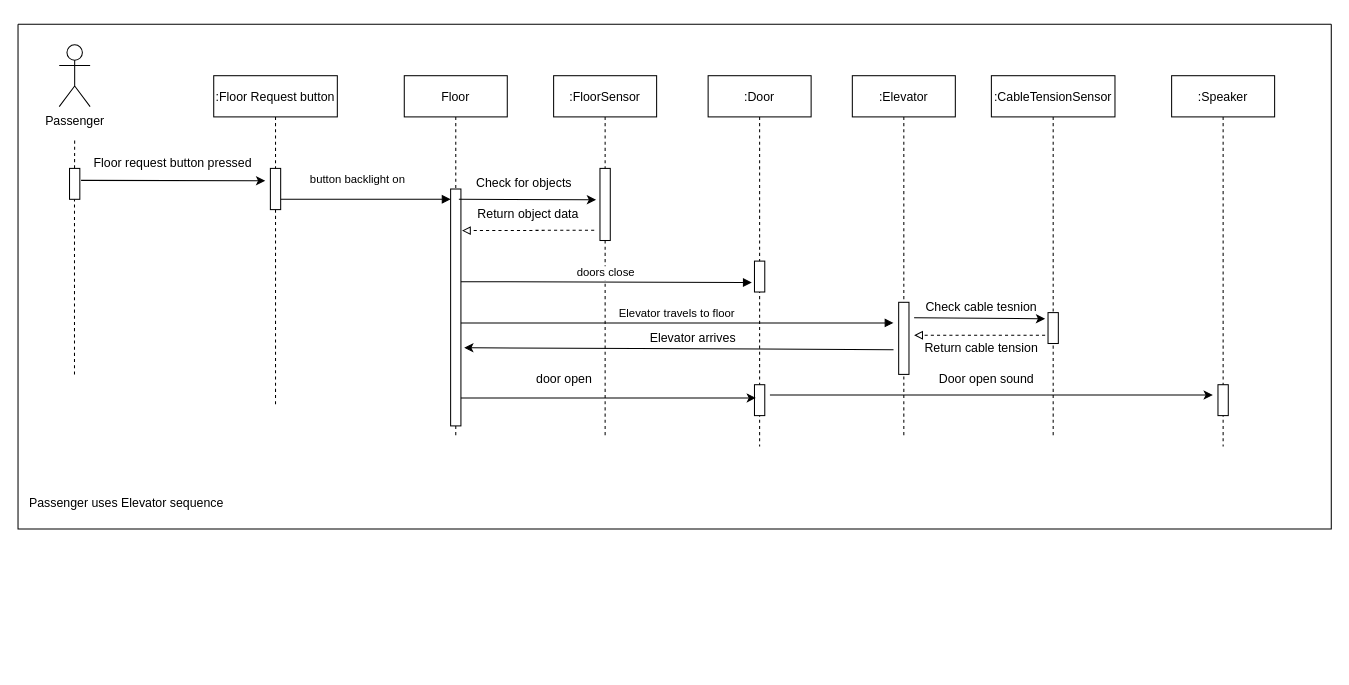
This is Sofware Design/Elevator Challenge/Passenger  sequence diagram.drawio from TiemonS/Tiemon-Steeghs-Semester-3-Repository, a draw.io file, before an edit. Source tidied: cells renumbered, new cells numbered last; positions are measured from the earlier drawing's top-left corner, leaving out a move shared by most shapes. Both pictures are drawn from the tidied source at 103%, with x=0, y=0 at pixel (18, 24).
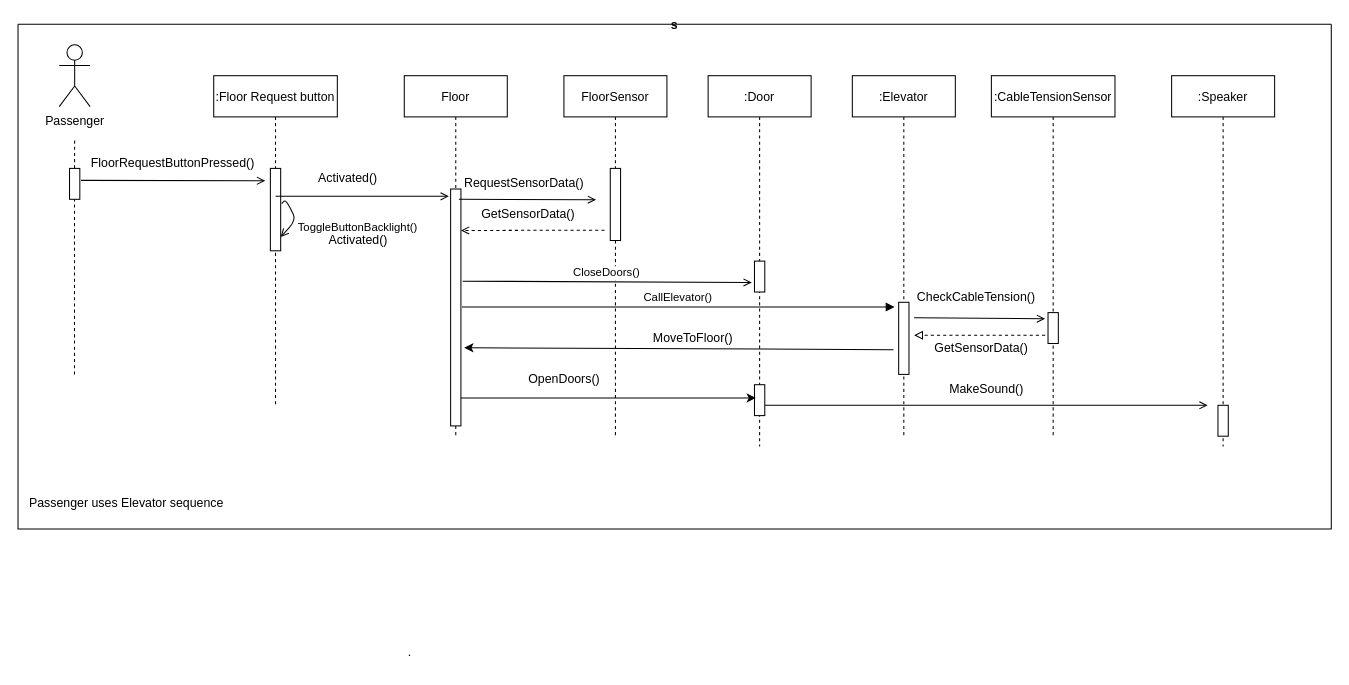
The same page after the edit.

Commit message (it also covers changes not shown here):
Elevator opdracht update

Unchanged cells that the change refers to:
```xml
<mxCell id="6" value="Floor" style="shape=umlLifeline;perimeter=lifelinePerimeter;rounded=0;shadow=0;strokeWidth=1;" parent="2" vertex="1">
  <mxGeometry x="375" y="50" width="100" height="350" as="geometry" />
</mxCell>
<mxCell id="7" style="points=[];perimeter=orthogonalPerimeter;rounded=0;shadow=0;strokeWidth=1;" parent="6" vertex="1">
  <mxGeometry x="45" y="110" width="10" height="230" as="geometry" />
</mxCell>
<mxCell id="9" value=":Floor Request button" style="shape=umlLifeline;perimeter=lifelinePerimeter;rounded=0;shadow=0;strokeWidth=1;" parent="2" vertex="1">
  <mxGeometry x="190" y="50" width="120" height="320" as="geometry" />
</mxCell>
<mxCell id="12" value=":CableTensionSensor" style="shape=umlLifeline;perimeter=lifelinePerimeter;rounded=0;shadow=0;strokeWidth=1;" parent="2" vertex="1">
  <mxGeometry x="945" y="50" width="120" height="350" as="geometry" />
</mxCell>
<mxCell id="13" style="points=[];perimeter=orthogonalPerimeter;rounded=0;shadow=0;strokeWidth=1;" parent="12" vertex="1">
  <mxGeometry x="55" y="230" width="10" height="30" as="geometry" />
</mxCell>
<mxCell id="23" value=":Speaker" style="shape=umlLifeline;perimeter=lifelinePerimeter;rounded=0;shadow=0;strokeWidth=1;" parent="2" vertex="1">
  <mxGeometry x="1120" y="50" width="100" height="360" as="geometry" />
</mxCell>
<mxCell id="28" style="points=[];perimeter=orthogonalPerimeter;rounded=0;shadow=0;strokeWidth=1;" parent="27" vertex="1">
  <mxGeometry x="45" y="180" width="10" height="30" as="geometry" />
</mxCell>
<mxCell id="41" style="points=[];perimeter=orthogonalPerimeter;rounded=0;shadow=0;strokeWidth=1;" parent="2" vertex="1">
  <mxGeometry x="50" y="140" width="10" height="30" as="geometry" />
</mxCell>
```

Change to the diagram source:
```diff
@@
-    <mxCell id="2" style="swimlane;startSize=0;" parent="1" vertex="1">
+    <mxCell id="2" value="s" style="swimlane;startSize=0;" parent="1" vertex="1">
       <mxGeometry width="1275" height="490" as="geometry" />
     </mxCell>
@@
-    <mxCell id="8" value="button backlight on" style="verticalAlign=bottom;endArrow=block;entryX=1;entryY=0;shadow=0;strokeWidth=1;" parent="6" edge="1">
-      <mxGeometry x="-0.09" y="10" relative="1" as="geometry">
-        <mxPoint x="-120" y="120" as="sourcePoint" />
-        <mxPoint x="45" y="120" as="targetPoint" />
-      </mxGeometry>
-    </mxCell>
@@
     <mxCell id="10" style="points=[];perimeter=orthogonalPerimeter;rounded=0;shadow=0;strokeWidth=1;" parent="9" vertex="1">
-      <mxGeometry x="55" y="90" width="10" height="40" as="geometry" />
+      <mxGeometry x="55" y="90" width="10" height="80" as="geometry" />
     </mxCell>
+    <mxCell id="8" value="ToggleButtonBacklight()" style="verticalAlign=bottom;endArrow=open;entryX=1;entryY=0.833;shadow=0;strokeWidth=1;entryDx=0;entryDy=0;entryPerimeter=0;exitX=1.1;exitY=0.427;exitDx=0;exitDy=0;exitPerimeter=0;endFill=0;" parent="9" edge="1" source="10" target="10">
+      <mxGeometry x="0.11" y="62" relative="1" as="geometry">
+        <Array as="points">
+          <mxPoint x="70" y="120" />
+          <mxPoint x="80" y="140" />
+        </Array>
+        <mxPoint x="14" y="-25" as="offset" />
+      </mxGeometry>
+    </mxCell>
-    <mxCell id="11" value="Floor request button pressed" style="text;html=1;align=center;verticalAlign=middle;strokeColor=none;fillColor=none;" parent="2" vertex="1">
+    <mxCell id="11" value="FloorRequestButtonPressed()" style="text;html=1;align=center;verticalAlign=middle;strokeColor=none;fillColor=none;" parent="2" vertex="1">
       <mxGeometry x="60" y="120" width="180" height="30" as="geometry" />
     </mxCell>
@@
+    <mxCell id="38" style="endArrow=open;html=1;rounded=0;endFill=0;" parent="12" edge="1">
+      <mxGeometry relative="1" as="geometry">
+        <mxPoint x="-220" y="320" as="sourcePoint" />
+        <mxPoint x="210" y="320" as="targetPoint" />
+      </mxGeometry>
+    </mxCell>
-    <mxCell id="14" style="endArrow=classic;html=1;rounded=0;exitX=1.12;exitY=0.387;exitDx=0;exitDy=0;exitPerimeter=0;" parent="2" edge="1" source="41">
+    <mxCell id="14" style="endArrow=open;html=1;rounded=0;exitX=1.12;exitY=0.387;exitDx=0;exitDy=0;exitPerimeter=0;endFill=0;" parent="2" edge="1" source="41">
       <mxGeometry relative="1" as="geometry">
         <mxPoint x="240" y="152" as="targetPoint" />
       </mxGeometry>
     </mxCell>
-    <mxCell id="15" value=":FloorSensor" style="shape=umlLifeline;perimeter=lifelinePerimeter;rounded=0;shadow=0;strokeWidth=1;" parent="2" vertex="1">
-      <mxGeometry x="520" y="50" width="100" height="350" as="geometry" />
+    <mxCell id="15" value="FloorSensor" style="shape=umlLifeline;perimeter=lifelinePerimeter;rounded=0;shadow=0;strokeWidth=1;" parent="2" vertex="1">
+      <mxGeometry x="530" y="50" width="100" height="350" as="geometry" />
     </mxCell>
@@
-    <mxCell id="17" style="endArrow=block;html=1;rounded=0;exitX=1.16;exitY=0.244;exitDx=0;exitDy=0;exitPerimeter=0;dashed=1;endFill=0;" parent="15" edge="1">
+    <mxCell id="17" style="endArrow=open;html=1;rounded=0;exitX=1.16;exitY=0.244;exitDx=0;exitDy=0;exitPerimeter=0;dashed=1;endFill=0;entryX=1;entryY=0.175;entryDx=0;entryDy=0;entryPerimeter=0;" parent="15" edge="1" target="7">
       <mxGeometry relative="1" as="geometry">
         <mxPoint x="39.4" y="150" as="sourcePoint" />
-        <mxPoint x="-89" y="150.4" as="targetPoint" />
       </mxGeometry>
     </mxCell>
-    <mxCell id="18" value="doors close" style="verticalAlign=bottom;endArrow=block;shadow=0;strokeWidth=1;entryX=-0.26;entryY=0.693;entryDx=0;entryDy=0;entryPerimeter=0;" parent="15" edge="1" target="28">
-      <mxGeometry relative="1" as="geometry">
-        <mxPoint x="-90" y="200" as="sourcePoint" />
-      </mxGeometry>
-    </mxCell>
-    <mxCell id="19" value="Elevator travels to floor" style="verticalAlign=bottom;endArrow=block;shadow=0;strokeWidth=1;" parent="15" edge="1">
-      <mxGeometry relative="1" as="geometry">
-        <mxPoint x="-90" y="240" as="sourcePoint" />
-        <mxPoint x="330" y="240" as="targetPoint" />
-      </mxGeometry>
-    </mxCell>
-    <mxCell id="20" style="endArrow=classic;html=1;rounded=0;exitX=-0.027;exitY=1.187;exitDx=0;exitDy=0;exitPerimeter=0;" parent="2" edge="1">
+    <mxCell id="20" style="endArrow=open;html=1;rounded=0;exitX=-0.027;exitY=1.187;exitDx=0;exitDy=0;exitPerimeter=0;endFill=0;" parent="2" edge="1">
       <mxGeometry relative="1" as="geometry">
         <mxPoint x="428" y="170" as="sourcePoint" />
         <mxPoint x="561.2" y="170.4" as="targetPoint" />
       </mxGeometry>
     </mxCell>
-    <mxCell id="21" value="Check for objects" style="text;html=1;align=center;verticalAlign=middle;strokeColor=none;fillColor=none;" parent="2" vertex="1">
-      <mxGeometry x="431" y="140" width="120" height="30" as="geometry" />
+    <mxCell id="21" value="RequestSensorData()" style="text;html=1;align=center;verticalAlign=middle;strokeColor=none;fillColor=none;" parent="2" vertex="1">
+      <mxGeometry x="421" y="140" width="140" height="30" as="geometry" />
     </mxCell>
@@
     <mxCell id="24" style="perimeter=orthogonalPerimeter;rounded=0;shadow=0;strokeWidth=1;" parent="23" vertex="1">
-      <mxGeometry x="45" y="300" width="10" height="30" as="geometry" />
+      <mxGeometry x="45" y="320" width="10" height="30" as="geometry" />
     </mxCell>
-    <mxCell id="25" value="Door open sound" style="text;html=1;align=center;verticalAlign=middle;strokeColor=none;fillColor=none;" parent="2" vertex="1">
-      <mxGeometry x="880" y="330" width="120" height="30" as="geometry" />
+    <mxCell id="25" value="MakeSound()" style="text;html=1;align=center;verticalAlign=middle;strokeColor=none;fillColor=none;" parent="2" vertex="1">
+      <mxGeometry x="890" y="340" width="100" height="30" as="geometry" />
     </mxCell>
-    <mxCell id="26" value="Return object data" style="text;html=1;align=center;verticalAlign=middle;strokeColor=none;fillColor=none;" parent="2" vertex="1">
-      <mxGeometry x="435" y="170" width="120" height="30" as="geometry" />
+    <mxCell id="26" value="GetSensorData()" style="text;html=1;align=center;verticalAlign=middle;strokeColor=none;fillColor=none;" parent="2" vertex="1">
+      <mxGeometry x="440" y="170" width="110" height="30" as="geometry" />
     </mxCell>
@@
-    <mxCell id="30" style="endArrow=classic;html=1;rounded=0;entryX=-0.28;entryY=0.2;entryDx=0;entryDy=0;entryPerimeter=0;" parent="2" edge="1" target="13">
+    <mxCell id="30" style="endArrow=open;html=1;rounded=0;entryX=-0.28;entryY=0.2;entryDx=0;entryDy=0;entryPerimeter=0;endFill=0;" parent="2" edge="1" target="13">
       <mxGeometry relative="1" as="geometry">
         <mxPoint x="870" y="285" as="sourcePoint" />
       </mxGeometry>
     </mxCell>
-    <mxCell id="31" value="Check cable tesnion" style="text;html=1;align=center;verticalAlign=middle;strokeColor=none;fillColor=none;" parent="2" vertex="1">
-      <mxGeometry x="870" y="260" width="130" height="30" as="geometry" />
-    </mxCell>
-    <mxCell id="32" value="Return cable tension" style="text;html=1;align=center;verticalAlign=middle;strokeColor=none;fillColor=none;" parent="2" vertex="1">
-      <mxGeometry x="870" y="300" width="130" height="30" as="geometry" />
+    <mxCell id="32" value="GetSensorData()" style="text;html=1;align=center;verticalAlign=middle;strokeColor=none;fillColor=none;" parent="2" vertex="1">
+      <mxGeometry x="880" y="300" width="110" height="30" as="geometry" />
     </mxCell>
@@
-    <mxCell id="35" value="Elevator arrives" style="text;html=1;align=center;verticalAlign=middle;strokeColor=none;fillColor=none;" parent="2" vertex="1">
-      <mxGeometry x="600" y="290" width="110" height="30" as="geometry" />
+    <mxCell id="35" value="MoveToFloor()" style="text;html=1;align=center;verticalAlign=middle;strokeColor=none;fillColor=none;" parent="2" vertex="1">
+      <mxGeometry x="605" y="290" width="100" height="30" as="geometry" />
     </mxCell>
@@
-    <mxCell id="37" value="door open" style="text;html=1;align=center;verticalAlign=middle;strokeColor=none;fillColor=none;" parent="2" vertex="1">
-      <mxGeometry x="490" y="330" width="80" height="30" as="geometry" />
+    <mxCell id="37" value="OpenDoors()" style="text;html=1;align=center;verticalAlign=middle;strokeColor=none;fillColor=none;" parent="2" vertex="1">
+      <mxGeometry x="485" y="330" width="90" height="30" as="geometry" />
     </mxCell>
-    <mxCell id="38" style="endArrow=classic;html=1;rounded=0;" parent="2" edge="1">
-      <mxGeometry relative="1" as="geometry">
-        <mxPoint x="730" y="360" as="sourcePoint" />
-        <mxPoint x="1160" y="360" as="targetPoint" />
-      </mxGeometry>
-    </mxCell>
@@
+    <mxCell id="19" value="CallElevator()" style="verticalAlign=bottom;endArrow=block;shadow=0;strokeWidth=1;" parent="2" edge="1">
+      <mxGeometry relative="1" as="geometry">
+        <mxPoint x="431" y="274.6" as="sourcePoint" />
+        <mxPoint x="851" y="274.6" as="targetPoint" />
+      </mxGeometry>
+    </mxCell>
+    <mxCell id="42" style="endArrow=open;html=1;rounded=0;entryX=-0.171;entryY=0.031;entryDx=0;entryDy=0;entryPerimeter=0;endFill=0;" parent="2" edge="1" target="7">
+      <mxGeometry relative="1" as="geometry">
+        <mxPoint x="250" y="167" as="sourcePoint" />
+      </mxGeometry>
+    </mxCell>
+    <mxCell id="18" value="CloseDoors()" style="verticalAlign=bottom;endArrow=open;shadow=0;strokeWidth=1;entryX=-0.26;entryY=0.693;entryDx=0;entryDy=0;entryPerimeter=0;exitX=1.167;exitY=0.389;exitDx=0;exitDy=0;exitPerimeter=0;endFill=0;" parent="2" edge="1" source="7" target="28">
+      <mxGeometry relative="1" as="geometry" />
+    </mxCell>
+    <mxCell id="31" value="CheckCableTension()" style="text;html=1;align=center;verticalAlign=middle;strokeColor=none;fillColor=none;" parent="2" vertex="1">
+      <mxGeometry x="860" y="250" width="140" height="30" as="geometry" />
+    </mxCell>
+    <mxCell id="43" value="Activated()" style="text;html=1;align=center;verticalAlign=middle;strokeColor=none;fillColor=none;" parent="1" vertex="1">
+      <mxGeometry x="290" y="195" width="80" height="30" as="geometry" />
+    </mxCell>
+    <mxCell id="44" value="." style="text;html=1;align=center;verticalAlign=middle;strokeColor=none;fillColor=none;" parent="1" vertex="1">
+      <mxGeometry x="365" y="595" width="30" height="30" as="geometry" />
+    </mxCell>
+    <mxCell id="45" value="Activated()" style="text;html=1;align=center;verticalAlign=middle;strokeColor=none;fillColor=none;" parent="1" vertex="1">
+      <mxGeometry x="280" y="135" width="80" height="30" as="geometry" />
+    </mxCell>
```
